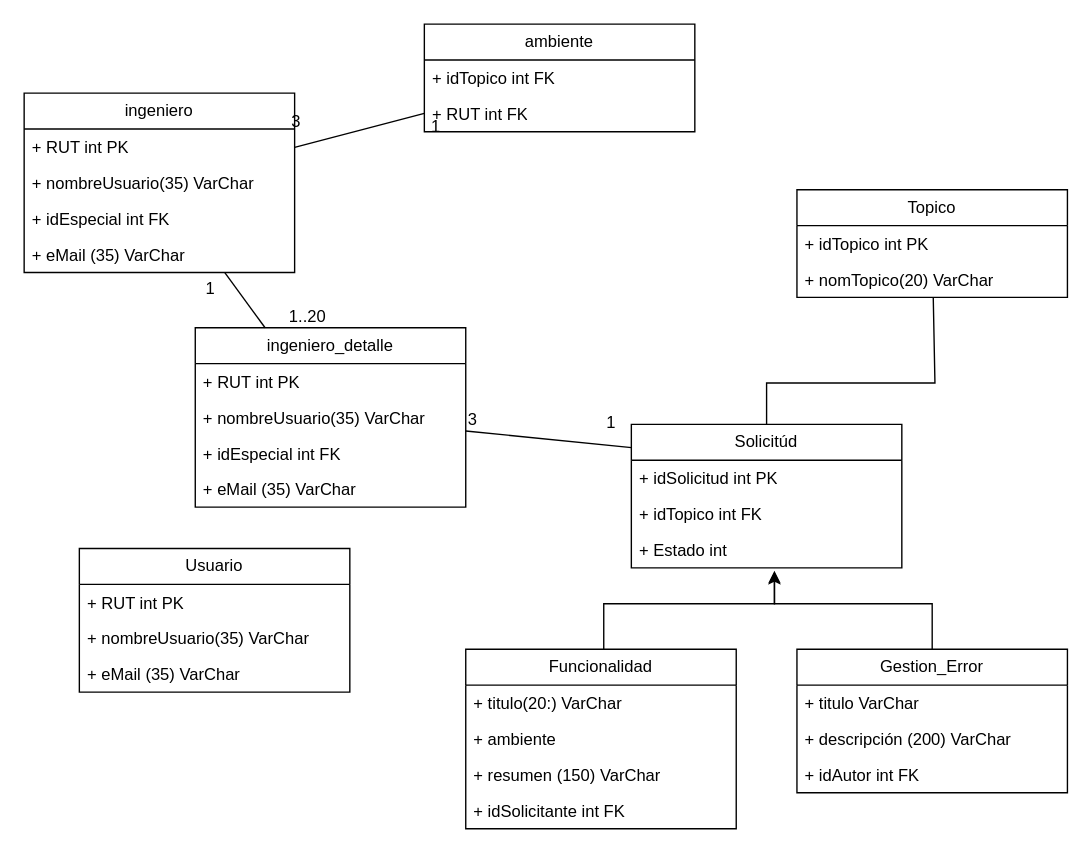
Above: Tarea1 UML.drawio in neira90/BD-2025-2-Tarea1 (draw.io), before the change. Source tidied: cells renumbered, new cells numbered last; positions are measured from the earlier drawing's top-left corner, leaving out a move shared by most shapes. Both pictures are drawn from the tidied source at 138%, with x=0, y=0 at pixel (23, 23).
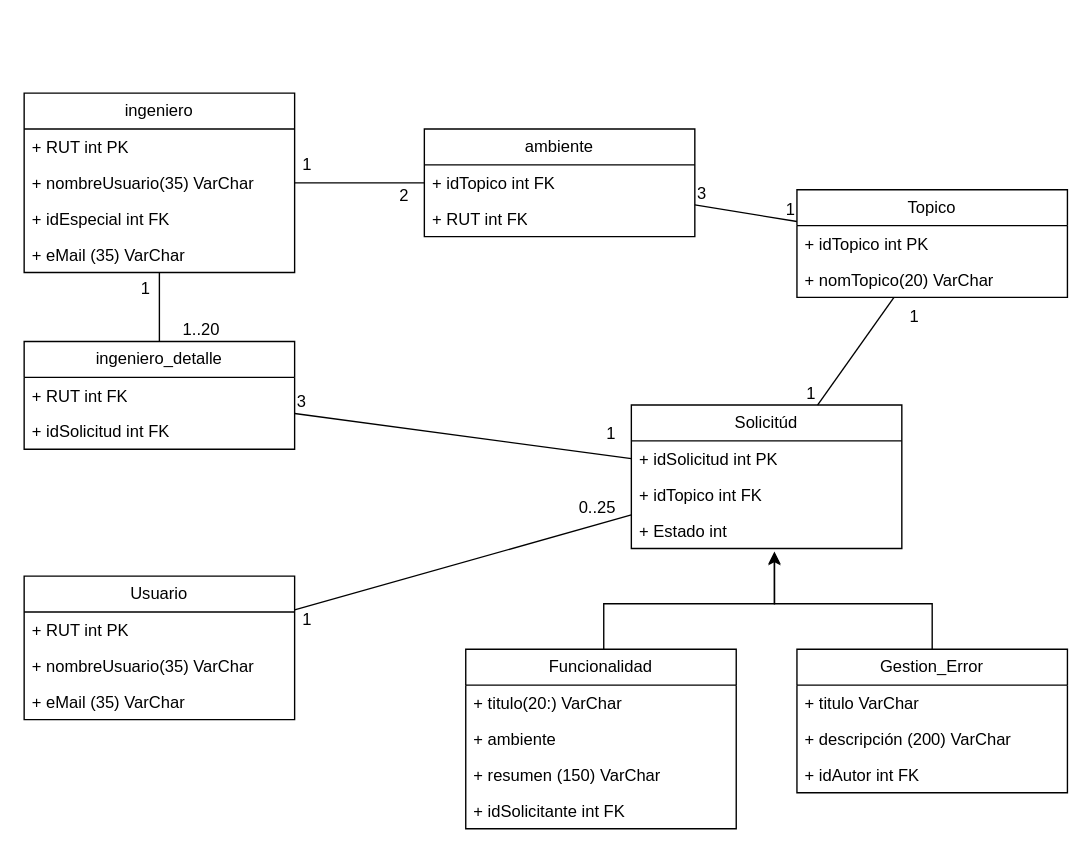
The same page after the edit.

The change refers to these unchanged cells:
```xml
<mxCell id="7" value="Topico" style="swimlane;fontStyle=0;horizontal=1;startSize=26;fillColor=none;whiteSpace=wrap;html=1;" parent="1" vertex="1">
  <mxGeometry x="560" y="120" width="196" height="78" as="geometry" />
</mxCell>
<mxCell id="33" style="endArrow=none;html=1;rounded=0;" parent="1" edge="1" source="18" target="30">
  <mxGeometry relative="1" as="geometry" />
</mxCell>
```

The edit, as a diff of the source:
```diff
@@
     <mxCell id="14" value="Usuario" style="swimlane;fontStyle=0;horizontal=1;startSize=26;fillColor=none;whiteSpace=wrap;html=1;" parent="1" vertex="1">
-      <mxGeometry x="40" y="380" width="196" height="104" as="geometry" />
+      <mxGeometry y="400" width="196" height="104" as="geometry" />
     </mxCell>
@@
     <mxCell id="23" value="Solicitúd" style="swimlane;fontStyle=0;horizontal=1;startSize=26;fillColor=none;whiteSpace=wrap;html=1;" parent="1" vertex="1">
-      <mxGeometry x="440" y="290" width="196" height="104" as="geometry" />
+      <mxGeometry x="440" y="276" width="196" height="104" as="geometry" />
     </mxCell>
@@
-    <mxCell id="29" style="endArrow=none;html=1;rounded=0;" parent="1" edge="1" source="7" target="23">
-      <mxGeometry relative="1" as="geometry">
-        <Array as="points">
-          <mxPoint x="660" y="260" />
-          <mxPoint x="538" y="260" />
-        </Array>
-      </mxGeometry>
-    </mxCell>
     <mxCell id="30" value="ambiente" style="swimlane;fontStyle=0;horizontal=1;startSize=26;fillColor=none;whiteSpace=wrap;html=1;" parent="1" vertex="1">
-      <mxGeometry x="290" width="196" height="78" as="geometry" />
+      <mxGeometry x="290" y="76" width="196" height="78" as="geometry" />
     </mxCell>
@@
-    <mxCell id="34" value="3" style="html=1;whiteSpace=wrap;align=left;verticalAlign=bottom;" parent="33" vertex="1">
+    <mxCell id="34" value="1" style="html=1;whiteSpace=wrap;align=left;verticalAlign=bottom;" parent="33" vertex="1">
       <mxGeometry x="-1" relative="1" as="geometry">
-        <mxPoint x="-4" y="-10" as="offset" />
+        <mxPoint x="4" y="-5" as="offset" />
       </mxGeometry>
     </mxCell>
-    <mxCell id="35" value="1" style="html=1;whiteSpace=wrap;align=right;verticalAlign=bottom;" parent="33" vertex="1">
+    <mxCell id="35" value="2" style="html=1;whiteSpace=wrap;align=right;verticalAlign=bottom;" parent="33" vertex="1">
       <mxGeometry x="1" relative="1" as="geometry">
-        <mxPoint x="13" y="18" as="offset" />
+        <mxPoint x="-10" y="18" as="offset" />
       </mxGeometry>
     </mxCell>
@@
     <mxCell id="39" value="ingeniero_detalle" style="swimlane;fontStyle=0;horizontal=1;startSize=26;fillColor=none;whiteSpace=wrap;html=1;" parent="1" vertex="1">
-      <mxGeometry x="124" y="220" width="196" height="130" as="geometry" />
+      <mxGeometry y="230" width="196" height="78" as="geometry" />
     </mxCell>
-    <mxCell id="40" value="+ RUT int PK" style="text;strokeColor=none;fillColor=none;align=left;verticalAlign=top;spacingLeft=4;spacingRight=4;overflow=hidden;whiteSpace=wrap;html=1;" parent="39" vertex="1">
+    <mxCell id="40" value="+ RUT int FK" style="text;strokeColor=none;fillColor=none;align=left;verticalAlign=top;spacingLeft=4;spacingRight=4;overflow=hidden;whiteSpace=wrap;html=1;" parent="39" vertex="1">
       <mxGeometry y="26" width="196" height="26" as="geometry" />
     </mxCell>
-    <mxCell id="41" value="+ nombreUsuario(35) VarChar" style="text;strokeColor=none;fillColor=none;align=left;verticalAlign=top;spacingLeft=4;spacingRight=4;overflow=hidden;whiteSpace=wrap;html=1;" parent="39" vertex="1">
-      <mxGeometry y="52" width="196" height="26" as="geometry" />
-    </mxCell>
-    <mxCell id="42" value="+ idEspecial int FK" style="text;strokeColor=none;fillColor=none;align=left;verticalAlign=top;spacingLeft=4;spacingRight=4;overflow=hidden;whiteSpace=wrap;html=1;" parent="39" vertex="1">
-      <mxGeometry y="78" width="196" height="26" as="geometry" />
-    </mxCell>
-    <mxCell id="43" value="&lt;div&gt;+ eMail (35) VarChar&lt;/div&gt;" style="text;strokeColor=none;fillColor=none;align=left;verticalAlign=top;spacingLeft=4;spacingRight=4;overflow=hidden;whiteSpace=wrap;html=1;" parent="39" vertex="1">
-      <mxGeometry y="104" width="196" height="26" as="geometry" />
-    </mxCell>
+    <mxCell id="47" value="+ idSolicitud int FK" style="text;strokeColor=none;fillColor=none;align=left;verticalAlign=top;spacingLeft=4;spacingRight=4;overflow=hidden;whiteSpace=wrap;html=1;" parent="39" vertex="1">
+      <mxGeometry y="52" width="196" height="26" as="geometry" />
+    </mxCell>
-    <mxCell id="44" style="endArrow=none;html=1;rounded=0;entryX=0.001;entryY=0.162;entryDx=0;entryDy=0;entryPerimeter=0;" parent="1" edge="1" source="39" target="23">
+    <mxCell id="44" style="endArrow=none;html=1;rounded=0;" parent="1" edge="1" source="39" target="23">
       <mxGeometry relative="1" as="geometry" />
     </mxCell>
@@
+    <mxCell id="48" style="endArrow=none;html=1;rounded=0;" parent="1" edge="1" source="30" target="7">
+      <mxGeometry relative="1" as="geometry" />
+    </mxCell>
+    <mxCell id="49" value="3" style="html=1;whiteSpace=wrap;align=left;verticalAlign=bottom;" parent="48" vertex="1">
+      <mxGeometry x="-1" relative="1" as="geometry" />
+    </mxCell>
+    <mxCell id="50" value="1" style="html=1;whiteSpace=wrap;align=right;verticalAlign=bottom;" parent="48" vertex="1">
+      <mxGeometry x="1" relative="1" as="geometry" />
+    </mxCell>
+    <mxCell id="29" style="endArrow=none;html=1;rounded=0;" parent="1" edge="1" source="7" target="23">
+      <mxGeometry relative="1" as="geometry" />
+    </mxCell>
+    <mxCell id="51" value="1" style="html=1;whiteSpace=wrap;align=left;verticalAlign=bottom;" parent="29" vertex="1">
+      <mxGeometry x="-1" relative="1" as="geometry">
+        <mxPoint x="10" y="22" as="offset" />
+      </mxGeometry>
+    </mxCell>
+    <mxCell id="52" value="1" style="html=1;whiteSpace=wrap;align=right;verticalAlign=bottom;" parent="29" vertex="1">
+      <mxGeometry x="1" relative="1" as="geometry" />
+    </mxCell>
+    <mxCell id="53" style="endArrow=none;html=1;rounded=0;" parent="1" edge="1" source="14" target="23">
+      <mxGeometry relative="1" as="geometry" />
+    </mxCell>
+    <mxCell id="54" value="1" style="html=1;whiteSpace=wrap;align=left;verticalAlign=bottom;" parent="53" vertex="1">
+      <mxGeometry x="-1" relative="1" as="geometry">
+        <mxPoint x="4" y="16" as="offset" />
+      </mxGeometry>
+    </mxCell>
+    <mxCell id="55" value="0..25" style="html=1;whiteSpace=wrap;align=right;verticalAlign=bottom;" parent="53" vertex="1">
+      <mxGeometry x="1" relative="1" as="geometry">
+        <mxPoint x="-10" y="4" as="offset" />
+      </mxGeometry>
+    </mxCell>
```
